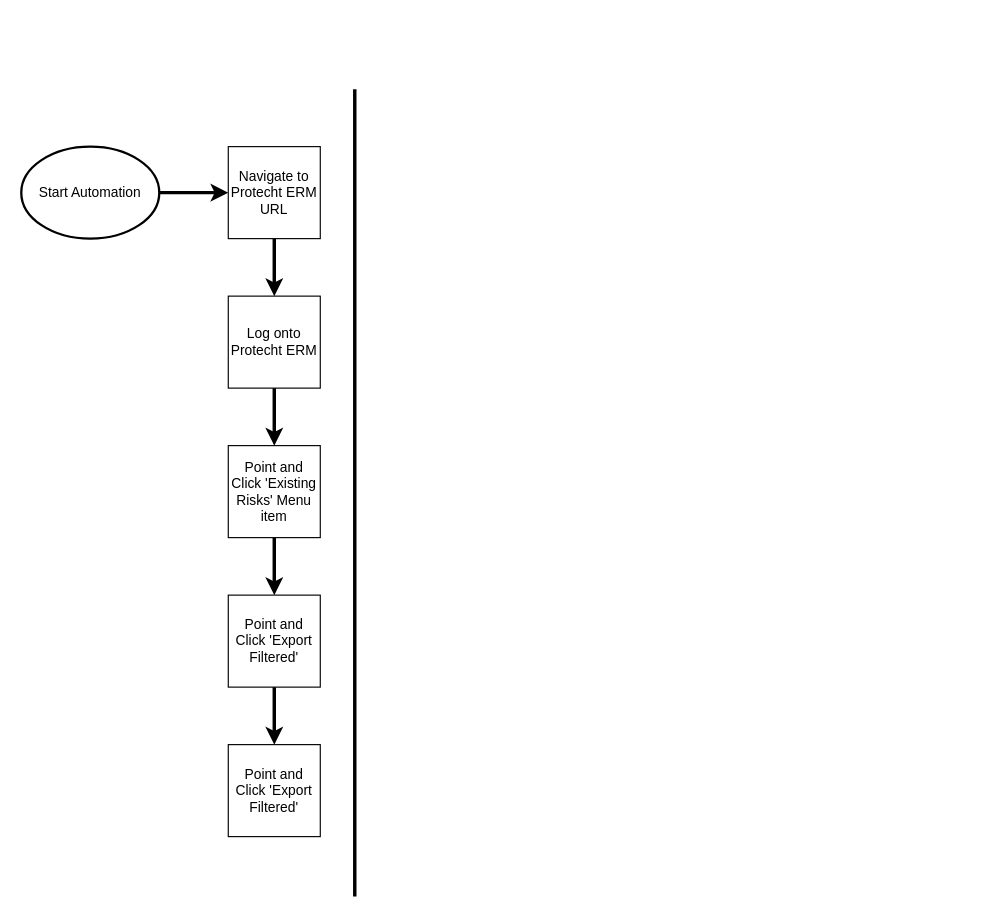
Above: Untitled Diagram.drawio in matthatcher1987/UI-Academy (draw.io), before the change. Source tidied: cells renumbered, new cells numbered last; positions are measured from the earlier drawing's top-left corner, leaving out a move shared by most shapes. Both pictures are drawn from the tidied source at 115%, with x=0, y=0 at pixel (21, 89).
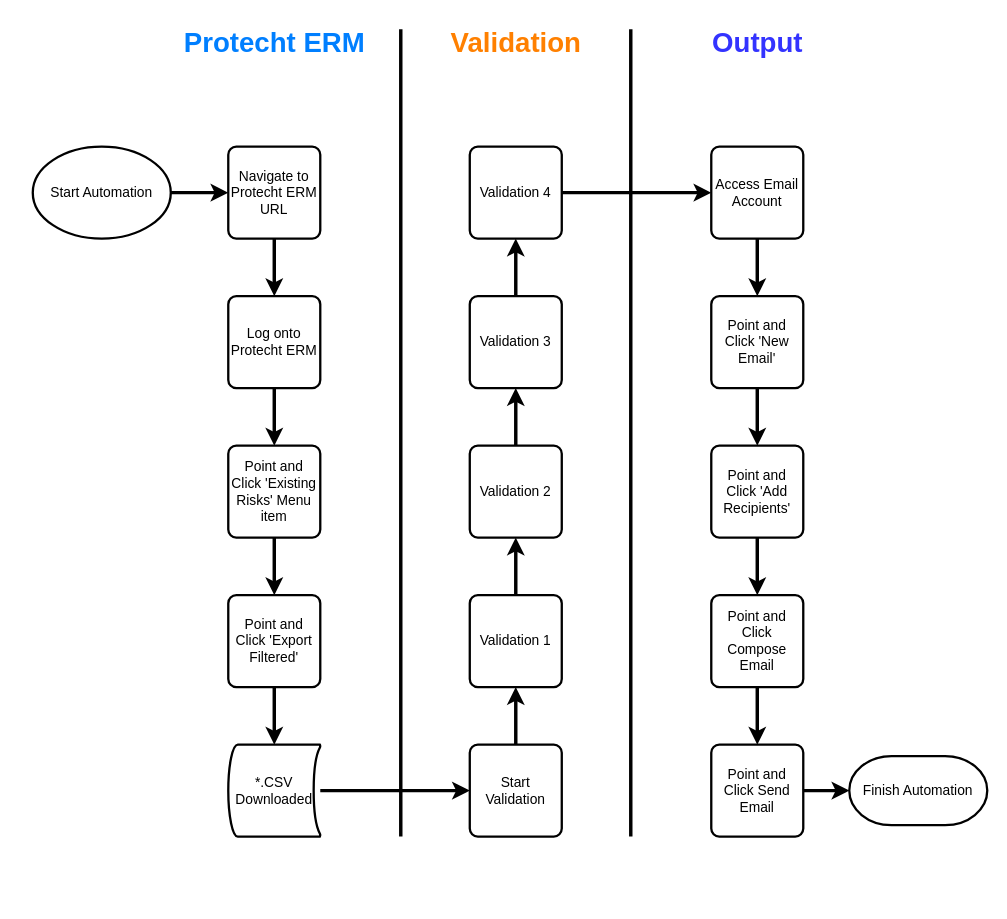
Above is the later version.

What changed in the source:
```diff
@@
     <mxCell id="3" value="Start Automation" style="strokeWidth=2;html=1;shape=mxgraph.flowchart.start_1;whiteSpace=wrap;fontFamily=Helvetica;fontSize=12;fontColor=#000000;align=center;strokeColor=#000000;fillColor=#ffffff;" parent="1" vertex="1">
-      <mxGeometry y="50" width="120" height="80" as="geometry" />
+      <mxGeometry x="10" y="50" width="120" height="80" as="geometry" />
     </mxCell>
@@
-    <mxCell id="5" value="Navigate to Protecht ERM URL" style="whiteSpace=wrap;html=1;" parent="1" vertex="1">
+    <mxCell id="5" value="Navigate to Protecht ERM URL" style="rounded=1;whiteSpace=wrap;html=1;absoluteArcSize=1;arcSize=14;strokeWidth=2;fontFamily=Helvetica;fontSize=12;fontColor=#000000;align=center;strokeColor=#000000;fillColor=#ffffff;" parent="1" vertex="1">
       <mxGeometry x="180" y="50" width="80" height="80" as="geometry" />
     </mxCell>
@@
-    <mxCell id="7" value="Log onto Protecht ERM" style="whiteSpace=wrap;html=1;" parent="1" vertex="1">
+    <mxCell id="7" value="Log onto Protecht ERM" style="rounded=1;whiteSpace=wrap;html=1;absoluteArcSize=1;arcSize=14;strokeWidth=2;fontFamily=Helvetica;fontSize=12;fontColor=#000000;align=center;strokeColor=#000000;fillColor=#ffffff;" parent="1" vertex="1">
       <mxGeometry x="180" y="180" width="80" height="80" as="geometry" />
     </mxCell>
@@
-    <mxCell id="9" value="Point and Click 'Existing Risks' Menu item" style="whiteSpace=wrap;html=1;" parent="1" vertex="1">
+    <mxCell id="9" value="Point and Click 'Existing Risks' Menu item" style="rounded=1;whiteSpace=wrap;html=1;absoluteArcSize=1;arcSize=14;strokeWidth=2;fontFamily=Helvetica;fontSize=12;fontColor=#000000;align=center;strokeColor=#000000;fillColor=#ffffff;" parent="1" vertex="1">
       <mxGeometry x="180" y="310" width="80" height="80" as="geometry" />
     </mxCell>
@@
-    <mxCell id="11" value="Point and Click 'Export Filtered'" style="whiteSpace=wrap;html=1;" parent="1" vertex="1">
+    <mxCell id="11" value="Point and Click 'Export Filtered'" style="rounded=1;whiteSpace=wrap;html=1;absoluteArcSize=1;arcSize=14;strokeWidth=2;fontFamily=Helvetica;fontSize=12;fontColor=#000000;align=center;strokeColor=#000000;fillColor=#ffffff;" parent="1" vertex="1">
       <mxGeometry x="180" y="440" width="80" height="80" as="geometry" />
     </mxCell>
+    <mxCell id="14" style="edgeStyle=orthogonalEdgeStyle;rounded=0;jettySize=auto;html=1;strokeWidth=3;" parent="1" edge="1" source="12" target="20">
+      <mxGeometry relative="1" as="geometry" />
+    </mxCell>
-    <mxCell id="12" value="Point and Click 'Export Filtered'" style="whiteSpace=wrap;html=1;" parent="1" vertex="1">
+    <mxCell id="12" value="*.CSV Downloaded" style="strokeWidth=2;html=1;shape=mxgraph.flowchart.stored_data;whiteSpace=wrap;fontFamily=Helvetica;fontSize=12;fontColor=#000000;align=center;strokeColor=#000000;fillColor=#ffffff;" parent="1" vertex="1">
       <mxGeometry x="180" y="570" width="80" height="80" as="geometry" />
     </mxCell>
     <mxCell id="13" style="endArrow=none;html=1;strokeWidth=3;" parent="1" edge="1">
       <mxGeometry relative="1" as="geometry">
-        <mxPoint x="290" y="702" as="sourcePoint" />
-        <mxPoint x="290" as="targetPoint" />
+        <mxPoint x="330" y="650" as="sourcePoint" />
+        <mxPoint x="330" y="-52" as="targetPoint" />
       </mxGeometry>
     </mxCell>
+    <mxCell id="15" value="Protecht ERM" style="text;html=1;fontSize=24;fontStyle=1;verticalAlign=middle;align=center;fontColor=#007FFF;" parent="1" vertex="1">
+      <mxGeometry x="170" y="-60" width="100" height="40" as="geometry" />
+    </mxCell>
+    <mxCell id="16" value="Validation" style="text;strokeColor=none;fillColor=none;html=1;fontSize=24;fontStyle=1;verticalAlign=middle;align=center;fontColor=#FF8000;" parent="1" vertex="1">
+      <mxGeometry x="380" y="-60" width="100" height="40" as="geometry" />
+    </mxCell>
+    <mxCell id="17" value="Output" style="text;strokeColor=none;fillColor=none;html=1;fontSize=24;fontStyle=1;verticalAlign=middle;align=center;fontColor=#3333FF;" parent="1" vertex="1">
+      <mxGeometry x="590" y="-60" width="100" height="40" as="geometry" />
+    </mxCell>
+    <mxCell id="18" style="endArrow=none;html=1;strokeWidth=3;" parent="1" edge="1">
+      <mxGeometry relative="1" as="geometry">
+        <mxPoint x="530" y="650" as="sourcePoint" />
+        <mxPoint x="530" y="-52" as="targetPoint" />
+      </mxGeometry>
+    </mxCell>
+    <mxCell id="19" style="edgeStyle=orthogonalEdgeStyle;rounded=0;jettySize=auto;html=1;strokeWidth=3;" parent="1" edge="1" source="20" target="22">
+      <mxGeometry relative="1" as="geometry" />
+    </mxCell>
+    <mxCell id="20" value="Start Validation" style="rounded=1;whiteSpace=wrap;html=1;absoluteArcSize=1;arcSize=14;strokeWidth=2;fontFamily=Helvetica;fontSize=12;fontColor=#000000;align=center;strokeColor=#000000;fillColor=#ffffff;" parent="1" vertex="1">
+      <mxGeometry x="390" y="570" width="80" height="80" as="geometry" />
+    </mxCell>
+    <mxCell id="21" style="edgeStyle=orthogonalEdgeStyle;rounded=0;jettySize=auto;html=1;strokeWidth=3;" parent="1" edge="1" source="22" target="24">
+      <mxGeometry relative="1" as="geometry" />
+    </mxCell>
+    <mxCell id="22" value="Validation 1" style="rounded=1;whiteSpace=wrap;html=1;absoluteArcSize=1;arcSize=14;strokeWidth=2;fontFamily=Helvetica;fontSize=12;fontColor=#000000;align=center;strokeColor=#000000;fillColor=#ffffff;" parent="1" vertex="1">
+      <mxGeometry x="390" y="440" width="80" height="80" as="geometry" />
+    </mxCell>
+    <mxCell id="23" style="edgeStyle=orthogonalEdgeStyle;rounded=0;jettySize=auto;html=1;strokeWidth=3;" parent="1" edge="1" source="24" target="26">
+      <mxGeometry relative="1" as="geometry" />
+    </mxCell>
+    <mxCell id="24" value="Validation 2" style="rounded=1;whiteSpace=wrap;html=1;absoluteArcSize=1;arcSize=14;strokeWidth=2;fontFamily=Helvetica;fontSize=12;fontColor=#000000;align=center;strokeColor=#000000;fillColor=#ffffff;" parent="1" vertex="1">
+      <mxGeometry x="390" y="310" width="80" height="80" as="geometry" />
+    </mxCell>
+    <mxCell id="25" style="edgeStyle=orthogonalEdgeStyle;rounded=0;jettySize=auto;html=1;strokeWidth=3;" parent="1" edge="1" source="26" target="28">
+      <mxGeometry relative="1" as="geometry" />
+    </mxCell>
+    <mxCell id="26" value="Validation 3" style="rounded=1;whiteSpace=wrap;html=1;absoluteArcSize=1;arcSize=14;strokeWidth=2;fontFamily=Helvetica;fontSize=12;fontColor=#000000;align=center;strokeColor=#000000;fillColor=#ffffff;" parent="1" vertex="1">
+      <mxGeometry x="390" y="180" width="80" height="80" as="geometry" />
+    </mxCell>
+    <mxCell id="27" style="edgeStyle=orthogonalEdgeStyle;rounded=0;jettySize=auto;html=1;strokeWidth=3;" parent="1" edge="1" source="28" target="30">
+      <mxGeometry relative="1" as="geometry" />
+    </mxCell>
+    <mxCell id="28" value="Validation 4" style="rounded=1;whiteSpace=wrap;html=1;absoluteArcSize=1;arcSize=14;strokeWidth=2;fontFamily=Helvetica;fontSize=12;fontColor=#000000;align=center;strokeColor=#000000;fillColor=#ffffff;" parent="1" vertex="1">
+      <mxGeometry x="390" y="50" width="80" height="80" as="geometry" />
+    </mxCell>
+    <mxCell id="29" style="edgeStyle=orthogonalEdgeStyle;rounded=0;jettySize=auto;html=1;strokeWidth=3;" parent="1" edge="1" source="30" target="32">
+      <mxGeometry relative="1" as="geometry" />
+    </mxCell>
+    <mxCell id="30" value="Access Email Account" style="rounded=1;whiteSpace=wrap;html=1;absoluteArcSize=1;arcSize=14;strokeWidth=2;fontFamily=Helvetica;fontSize=12;fontColor=#000000;align=center;strokeColor=#000000;fillColor=#ffffff;" parent="1" vertex="1">
+      <mxGeometry x="600" y="50" width="80" height="80" as="geometry" />
+    </mxCell>
+    <mxCell id="31" style="edgeStyle=orthogonalEdgeStyle;rounded=0;jettySize=auto;html=1;strokeWidth=3;" parent="1" edge="1" source="32" target="34">
+      <mxGeometry relative="1" as="geometry" />
+    </mxCell>
+    <mxCell id="32" value="Point and Click 'New Email'" style="rounded=1;whiteSpace=wrap;html=1;absoluteArcSize=1;arcSize=14;strokeWidth=2;fontFamily=Helvetica;fontSize=12;fontColor=#000000;align=center;strokeColor=#000000;fillColor=#ffffff;" parent="1" vertex="1">
+      <mxGeometry x="600" y="180" width="80" height="80" as="geometry" />
+    </mxCell>
+    <mxCell id="33" style="edgeStyle=orthogonalEdgeStyle;rounded=0;jettySize=auto;html=1;strokeWidth=3;" parent="1" edge="1" source="34" target="36">
+      <mxGeometry relative="1" as="geometry" />
+    </mxCell>
+    <mxCell id="34" value="Point and Click 'Add Recipients'" style="rounded=1;whiteSpace=wrap;html=1;absoluteArcSize=1;arcSize=14;strokeWidth=2;fontFamily=Helvetica;fontSize=12;fontColor=#000000;align=center;strokeColor=#000000;fillColor=#ffffff;" parent="1" vertex="1">
+      <mxGeometry x="600" y="310" width="80" height="80" as="geometry" />
+    </mxCell>
+    <mxCell id="35" style="edgeStyle=orthogonalEdgeStyle;rounded=0;jettySize=auto;html=1;strokeWidth=3;" parent="1" edge="1" source="36" target="38">
+      <mxGeometry relative="1" as="geometry" />
+    </mxCell>
+    <mxCell id="36" value="Point and Click Compose Email" style="rounded=1;whiteSpace=wrap;html=1;absoluteArcSize=1;arcSize=14;strokeWidth=2;fontFamily=Helvetica;fontSize=12;fontColor=#000000;align=center;strokeColor=#000000;fillColor=#ffffff;" parent="1" vertex="1">
+      <mxGeometry x="600" y="440" width="80" height="80" as="geometry" />
+    </mxCell>
+    <mxCell id="37" style="edgeStyle=orthogonalEdgeStyle;rounded=0;jettySize=auto;html=1;strokeWidth=3;" parent="1" edge="1" source="38" target="39">
+      <mxGeometry relative="1" as="geometry" />
+    </mxCell>
+    <mxCell id="38" value="Point and Click Send Email" style="rounded=1;whiteSpace=wrap;html=1;absoluteArcSize=1;arcSize=14;strokeWidth=2;fontFamily=Helvetica;fontSize=12;fontColor=#000000;align=center;strokeColor=#000000;fillColor=#ffffff;" parent="1" vertex="1">
+      <mxGeometry x="600" y="570" width="80" height="80" as="geometry" />
+    </mxCell>
+    <mxCell id="39" value="Finish Automation" style="strokeWidth=2;html=1;shape=mxgraph.flowchart.terminator;whiteSpace=wrap;fontFamily=Helvetica;fontSize=12;fontColor=#000000;align=center;strokeColor=#000000;fillColor=#ffffff;" parent="1" vertex="1">
+      <mxGeometry x="720" y="580" width="120" height="60" as="geometry" />
+    </mxCell>
```
